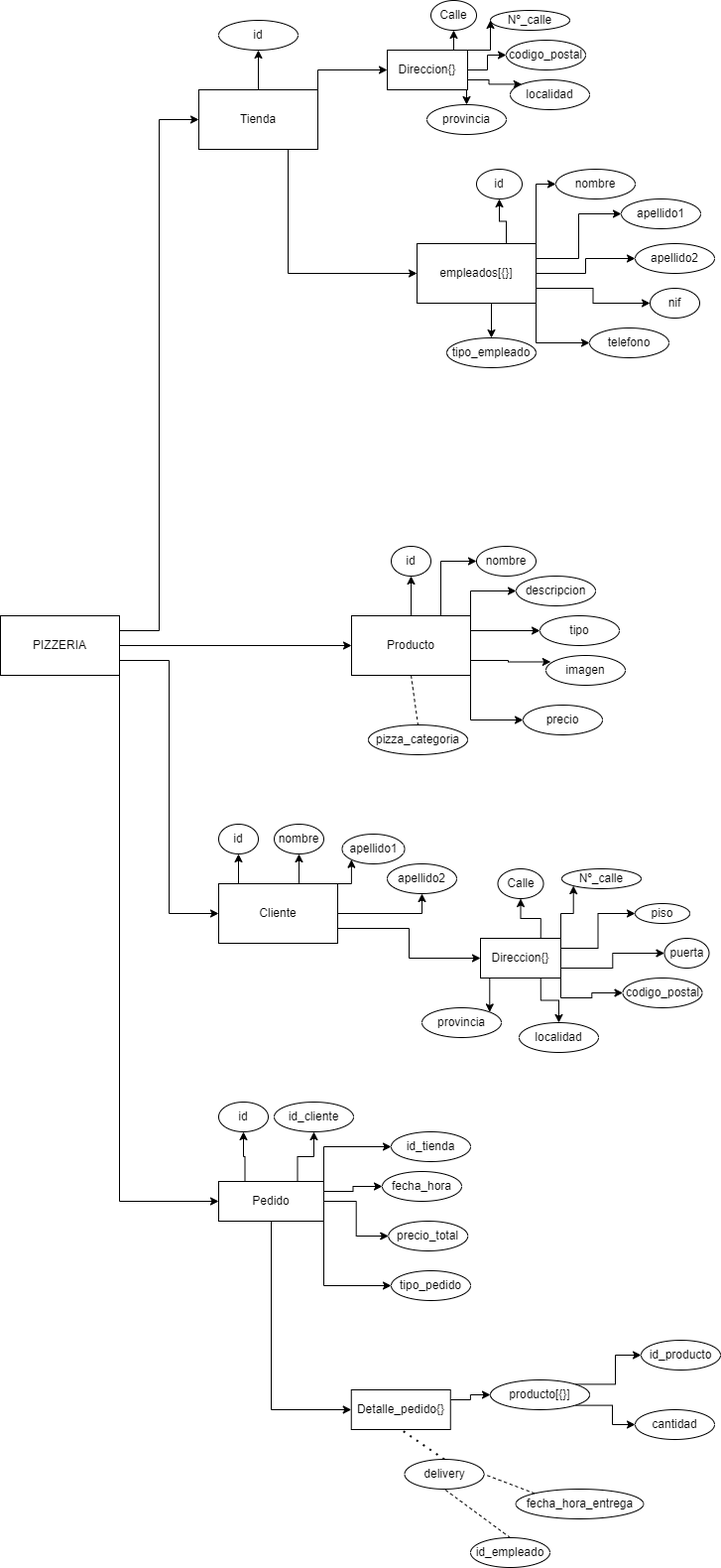
Before: Modelo_Pizzeria.png, a diagram exported from draw.io (FortGH/MongoDB-Estructura). Source tidied: cells renumbered, new cells last; positions are measured from the earlier drawing's top-left corner, leaving out a move shared by most shapes.
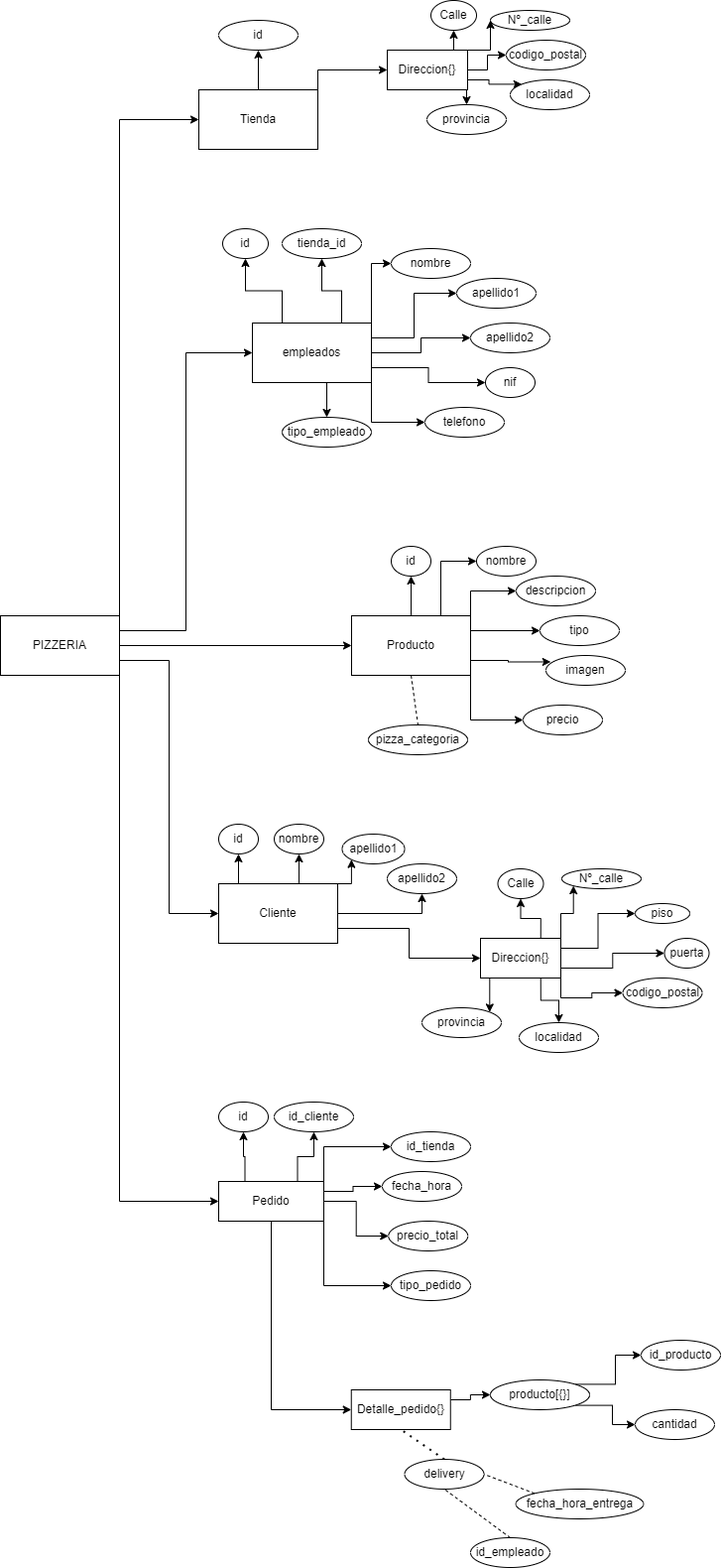
Above is the later version.

Diff of the diagram source:
```diff
@@ -2,9 +2,6 @@
   <root>
     <mxCell id="0" />
     <mxCell id="1" parent="0" />
-    <mxCell id="2" style="edgeStyle=orthogonalEdgeStyle;rounded=0;jettySize=auto;html=1;exitX=0.75;exitY=1;exitDx=0;exitDy=0;entryX=0;entryY=0.5;entryDx=0;entryDy=0;" parent="1" edge="1" source="5" target="18">
-      <mxGeometry relative="1" as="geometry" />
-    </mxCell>
     <mxCell id="3" style="edgeStyle=orthogonalEdgeStyle;rounded=0;jettySize=auto;html=1;exitX=0.5;exitY=0;exitDx=0;exitDy=0;entryX=0.5;entryY=1;entryDx=0;entryDy=0;" parent="1" edge="1" source="5" target="34">
       <mxGeometry relative="1" as="geometry" />
     </mxCell>
@@ -14,9 +11,6 @@
     <mxCell id="5" value="Tienda" style="rounded=0;whiteSpace=wrap;html=1;" parent="1" vertex="1">
       <mxGeometry x="200" y="90" width="120" height="60" as="geometry" />
     </mxCell>
-    <mxCell id="6" style="edgeStyle=orthogonalEdgeStyle;rounded=0;jettySize=auto;html=1;exitX=1;exitY=0.25;exitDx=0;exitDy=0;entryX=0;entryY=0.5;entryDx=0;entryDy=0;" parent="1" edge="1" source="10" target="5">
-      <mxGeometry relative="1" as="geometry" />
-    </mxCell>
     <mxCell id="7" style="edgeStyle=orthogonalEdgeStyle;rounded=0;jettySize=auto;html=1;exitX=1;exitY=0.75;exitDx=0;exitDy=0;entryX=0;entryY=0.5;entryDx=0;entryDy=0;" parent="1" edge="1" source="10" target="24">
       <mxGeometry relative="1" as="geometry" />
     </mxCell>
@@ -26,6 +20,12 @@
     <mxCell id="9" style="edgeStyle=orthogonalEdgeStyle;rounded=0;jettySize=auto;html=1;exitX=1;exitY=1;exitDx=0;exitDy=0;entryX=0;entryY=0.5;entryDx=0;entryDy=0;" parent="1" edge="1" source="10" target="61">
       <mxGeometry relative="1" as="geometry" />
     </mxCell>
+    <mxCell id="6" style="edgeStyle=orthogonalEdgeStyle;rounded=0;jettySize=auto;html=1;exitX=1;exitY=0;exitDx=0;exitDy=0;entryX=0;entryY=0.5;entryDx=0;entryDy=0;" parent="1" edge="1" source="10" target="5">
+      <mxGeometry relative="1" as="geometry" />
+    </mxCell>
+    <mxCell id="105" style="edgeStyle=orthogonalEdgeStyle;rounded=0;jettySize=auto;html=1;exitX=1;exitY=0.25;exitDx=0;exitDy=0;entryX=0;entryY=0.5;entryDx=0;entryDy=0;" parent="1" edge="1" source="10" target="18">
+      <mxGeometry relative="1" as="geometry" />
+    </mxCell>
     <mxCell id="10" value="PIZZERIA" style="rounded=0;whiteSpace=wrap;html=1;" parent="1" vertex="1">
       <mxGeometry y="620" width="120" height="60" as="geometry" />
     </mxCell>
@@ -38,9 +38,6 @@
     <mxCell id="13" style="edgeStyle=orthogonalEdgeStyle;rounded=0;jettySize=auto;html=1;exitX=0.75;exitY=1;exitDx=0;exitDy=0;entryX=0.5;entryY=0;entryDx=0;entryDy=0;" parent="1" edge="1" source="18" target="44">
       <mxGeometry relative="1" as="geometry" />
     </mxCell>
-    <mxCell id="14" style="edgeStyle=orthogonalEdgeStyle;rounded=0;jettySize=auto;html=1;exitX=0.75;exitY=0;exitDx=0;exitDy=0;entryX=0.5;entryY=1;entryDx=0;entryDy=0;" parent="1" edge="1" source="18" target="73">
-      <mxGeometry relative="1" as="geometry" />
-    </mxCell>
     <mxCell id="15" style="edgeStyle=orthogonalEdgeStyle;rounded=0;jettySize=auto;html=1;exitX=1;exitY=0.5;exitDx=0;exitDy=0;entryX=0;entryY=0.5;entryDx=0;entryDy=0;" parent="1" edge="1" source="18" target="41">
       <mxGeometry relative="1" as="geometry" />
     </mxCell>
@@ -50,8 +47,14 @@
     <mxCell id="17" style="edgeStyle=orthogonalEdgeStyle;rounded=0;jettySize=auto;html=1;exitX=1;exitY=1;exitDx=0;exitDy=0;entryX=0;entryY=0.5;entryDx=0;entryDy=0;" parent="1" edge="1" source="18" target="45">
       <mxGeometry relative="1" as="geometry" />
     </mxCell>
+    <mxCell id="14" style="edgeStyle=orthogonalEdgeStyle;rounded=0;jettySize=auto;html=1;exitX=0.25;exitY=0;exitDx=0;exitDy=0;entryX=0.5;entryY=1;entryDx=0;entryDy=0;" parent="1" edge="1" source="18" target="73">
+      <mxGeometry relative="1" as="geometry" />
+    </mxCell>
+    <mxCell id="106" style="edgeStyle=orthogonalEdgeStyle;rounded=0;jettySize=auto;html=1;exitX=0.75;exitY=0;exitDx=0;exitDy=0;entryX=0.5;entryY=1;entryDx=0;entryDy=0;" parent="1" edge="1" source="18" target="107">
+      <mxGeometry relative="1" as="geometry" />
+    </mxCell>
-    <mxCell id="18" value="empleados[{}]" style="rounded=0;whiteSpace=wrap;html=1;" parent="1" vertex="1">
-      <mxGeometry x="420" y="245" width="120" height="60" as="geometry" />
+    <mxCell id="18" value="empleados" style="rounded=0;whiteSpace=wrap;html=1;" parent="1" vertex="1">
+      <mxGeometry x="254" y="325" width="120" height="60" as="geometry" />
     </mxCell>
     <mxCell id="19" style="edgeStyle=orthogonalEdgeStyle;rounded=0;jettySize=auto;html=1;exitX=0.25;exitY=0;exitDx=0;exitDy=0;entryX=0.5;entryY=1;entryDx=0;entryDy=0;" parent="1" edge="1" source="24" target="50">
       <mxGeometry relative="1" as="geometry" />
@@ -102,10 +105,10 @@
       <mxGeometry x="220" y="20" width="80" height="30" as="geometry" />
     </mxCell>
     <mxCell id="35" value="apellido1" style="ellipse;whiteSpace=wrap;html=1;" parent="1" vertex="1">
-      <mxGeometry x="626" y="200" width="80" height="30" as="geometry" />
+      <mxGeometry x="460" y="280" width="80" height="30" as="geometry" />
     </mxCell>
     <mxCell id="36" value="nombre" style="ellipse;whiteSpace=wrap;html=1;" parent="1" vertex="1">
-      <mxGeometry x="560" y="170" width="80" height="30" as="geometry" />
+      <mxGeometry x="394" y="250" width="80" height="30" as="geometry" />
     </mxCell>
     <mxCell id="37" value="provincia" style="ellipse;whiteSpace=wrap;html=1;" parent="1" vertex="1">
       <mxGeometry x="430" y="105" width="80" height="30" as="geometry" />
@@ -117,10 +120,10 @@
       <mxGeometry x="510" y="40" width="80" height="30" as="geometry" />
     </mxCell>
     <mxCell id="40" value="nif" style="ellipse;whiteSpace=wrap;html=1;" parent="1" vertex="1">
-      <mxGeometry x="655" y="290" width="50" height="30" as="geometry" />
+      <mxGeometry x="489" y="370" width="50" height="30" as="geometry" />
     </mxCell>
     <mxCell id="41" value="apellido2" style="ellipse;whiteSpace=wrap;html=1;" parent="1" vertex="1">
-      <mxGeometry x="640" y="245" width="80" height="30" as="geometry" />
+      <mxGeometry x="474" y="325" width="80" height="30" as="geometry" />
     </mxCell>
     <mxCell id="42" value="id" style="ellipse;whiteSpace=wrap;html=1;" parent="1" vertex="1">
       <mxGeometry x="394" y="550" width="40" height="30" as="geometry" />
@@ -129,10 +132,10 @@
       <mxGeometry x="669.5" y="945" width="45" height="30" as="geometry" />
     </mxCell>
     <mxCell id="44" value="tipo_empleado" style="ellipse;whiteSpace=wrap;html=1;" parent="1" vertex="1">
-      <mxGeometry x="450" y="340" width="90" height="30" as="geometry" />
+      <mxGeometry x="284" y="420" width="90" height="30" as="geometry" />
     </mxCell>
     <mxCell id="45" value="telefono" style="ellipse;whiteSpace=wrap;html=1;" parent="1" vertex="1">
-      <mxGeometry x="594" y="330" width="80" height="30" as="geometry" />
+      <mxGeometry x="428" y="410" width="80" height="30" as="geometry" />
     </mxCell>
     <mxCell id="46" value="nombre" style="ellipse;whiteSpace=wrap;html=1;" parent="1" vertex="1">
       <mxGeometry x="276" y="830" width="50" height="30" as="geometry" />
@@ -216,7 +219,7 @@
       <mxGeometry x="390" y="50" width="81" height="40" as="geometry" />
     </mxCell>
     <mxCell id="73" value="id" style="ellipse;whiteSpace=wrap;html=1;" parent="1" vertex="1">
-      <mxGeometry x="480" y="170" width="46" height="30" as="geometry" />
+      <mxGeometry x="224" y="230" width="46" height="30" as="geometry" />
     </mxCell>
     <mxCell id="74" style="endArrow=none;dashed=1;html=1;rounded=0;entryX=0.5;entryY=0;entryDx=0;entryDy=0;exitX=0.5;exitY=1;exitDx=0;exitDy=0;" parent="1" edge="1" source="31" target="49">
       <mxGeometry relative="1" as="geometry" />
@@ -311,5 +314,8 @@
     <mxCell id="104" style="endArrow=none;dashed=1;html=1;dashPattern=1 3;strokeWidth=2;rounded=0;entryX=0.5;entryY=1;entryDx=0;entryDy=0;exitX=0.5;exitY=0;exitDx=0;exitDy=0;" parent="1" edge="1" source="103" target="89">
       <mxGeometry relative="1" as="geometry" />
     </mxCell>
+    <mxCell id="107" value="tienda_id" style="ellipse;whiteSpace=wrap;html=1;" parent="1" vertex="1">
+      <mxGeometry x="284" y="230" width="80" height="30" as="geometry" />
+    </mxCell>
   </root>
 </mxGraphModel>
```
